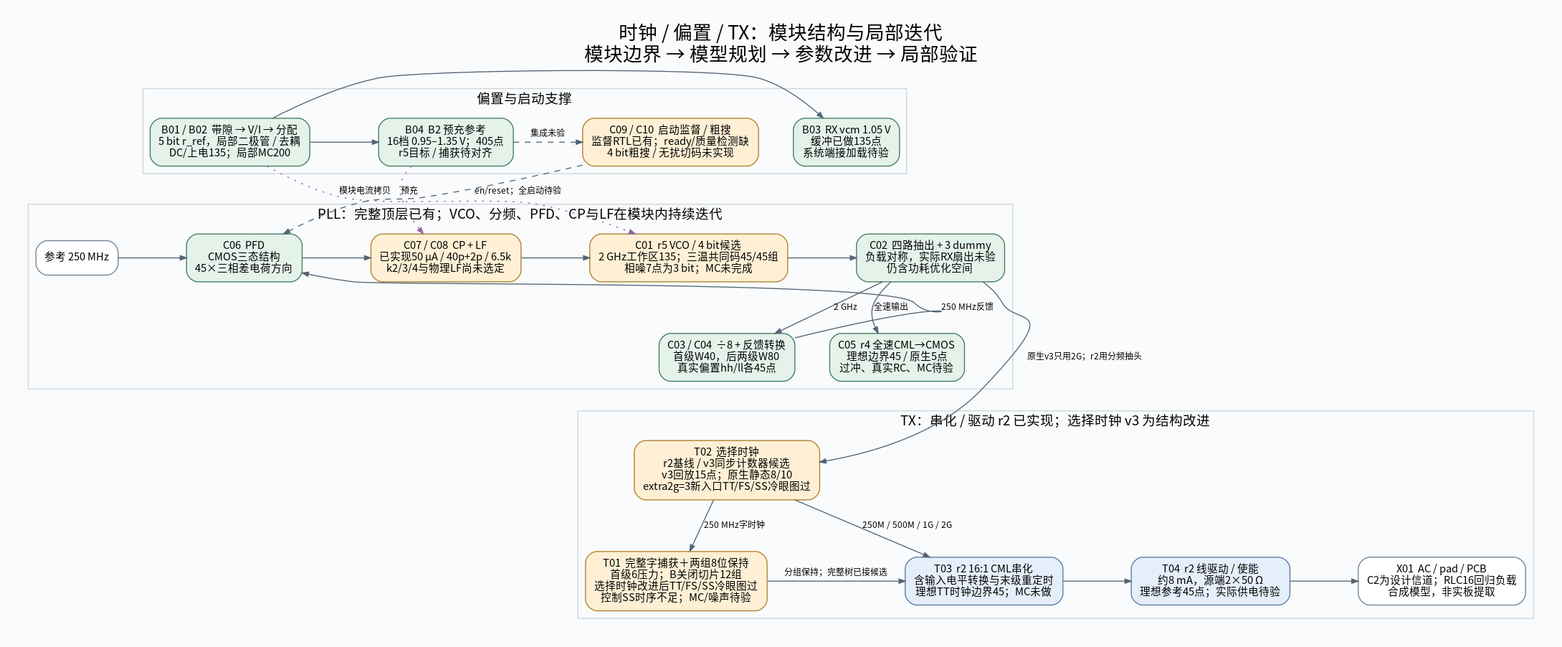
Above: docs/figures/system/clock_tx_blocks.png in whitedeerpro-arch/serdes_sky130 (Graphviz), before the change. Its source is kept beside it as docs/figures/system/clock_tx_blocks.dot. The source it was exported from:
```dot
digraph clock_tx_blocks {
  graph [rankdir=TB, bgcolor="#fafbfc", pad=0.3, nodesep=0.5, ranksep=0.6, fontname="Noto Sans CJK SC", fontsize=20,
         labelloc=t, label="时钟 / 偏置 / TX：模块结构与局部迭代\n模块边界 → 模型规划 → 参数改进 → 局部验证"];
  node [shape=box, style="rounded,filled", fillcolor="#e4f2ea", color="#3d7960", fontname="Noto Sans CJK SC", fontsize=11, margin="0.12,0.1"];
  edge [color="#526474", arrowsize=0.65, fontname="Noto Sans CJK SC", fontsize=9];
  subgraph cluster_bias {
    label="偏置与启动支撑"; color="#cbd6de"; fontsize=14;
    B01 [label="B01 / B02  带隙 → V/I → 分配\n5 bit r_ref，局部二极管 / 去耦\nDC/上电135；局部MC200"];
    B03 [label="B03  RX vcm 1.05 V\n缓冲已做135点\n系统端接加载待验"];
    B04 [label="B04  B2 预充参考\n16档 0.95–1.35 V；405点\nr5目标 / 捕获待对齐"];
    C09 [label="C09 / C10  启动监督 / 粗搜\n监督RTL已有；ready/质量检测缺\n4 bit粗搜 / 无扰切码未实现", fillcolor="#fff0d5", color="#ae7d28"];
    {rank=same; B01; B03; B04; C09;}
    B01 -> B03; B01 -> B04; B04 -> C09 [style=dashed, label="集成未验"];
  }
  subgraph cluster_pll {
    label="PLL：完整顶层已有；VCO、分频、PFD、CP与LF在模块内持续迭代"; color="#cbd6de"; fontsize=14;
    REF [label="参考 250 MHz", fillcolor="white", color="#708090"];
    C06 [label="C06  PFD\nCMOS三态结构\n45×三相差电荷方向"];
    C07 [label="C07 / C08  CP + LF\n已实现50 µA / 40p+2p / 6.5k\nk2/3/4与物理LF尚未选定", fillcolor="#fff0d5", color="#ae7d28"];
    C01 [label="C01  r5 VCO / 4 bit候选\n2 GHz工作区135；三温共同码45/45组\n相噪7点为3 bit；MC未完成", fillcolor="#fff0d5", color="#ae7d28"];
    C02 [label="C02  四路抽出 + 3 dummy\n负载对称，实际RX扇出未验\n仍含功耗优化空间"];
    C03 [label="C03 / C04  ÷8 + 反馈转换\n首级W40，后两级W80\n真实偏置hh/ll各45点"];
    C05 [label="C05  r4 全速CML→CMOS\n理想边界45 / 原生5点\n过冲、真实RC、MC待验"];
    {rank=same; REF; C06; C07; C01; C02;}
    {rank=same; C03; C05;}
    REF -> C06 -> C07 -> C01 -> C02;
    C02 -> C03 [label="2 GHz"];
    C03 -> C06 [label="250 MHz反馈", constraint=false];
    C02 -> C05 [label="全速输出"];
  }
  subgraph cluster_tx {
    label="TX：串化 / 驱动 r2 已实现；选择时钟 v3 为结构改进"; color="#cbd6de"; fontsize=14;
    T01 [label="T01  完整字捕获＋两组8位保持\n首级6压力；B关闭切片12组\n选择时钟改进后TT/FS/SS冷眼图过\n控制SS时序不足；MC/噪声待验", fillcolor="#fff0d5", color="#ae7d28"];
    T02 [label="T02  选择时钟\nr2基线 / v3同步计数器候选\nv3回放15点；原生静态8/10\nextra2g=3新入口TT/FS/SS冷眼图过", fillcolor="#fff0d5", color="#ae7d28"];
    T03 [label="T03  r2 16:1 CML串化\n含输入电平转换与末级重定时\n理想TT时钟边界45；MC未做", fillcolor="#e5eefb", color="#527ba0"];
    T04 [label="T04  r2 线驱动 / 使能\n约8 mA，源端2×50 Ω\n理想参考45点；实际供电待验", fillcolor="#e5eefb", color="#527ba0"];
    X01 [label="X01  AC / pad / PCB\nC2为设计信道；RLC16回归负载\n合成模型，非实板提取", fillcolor="white", color="#708090"];
    {rank=same; T01; T03; T04; X01;}
    T01 -> T03 [label="分组保持；完整树已接候选"];
    T02 -> T01 [label="250 MHz字时钟"];
    T02 -> T03 [label="250M / 500M / 1G / 2G"];
    T03 -> T04 -> X01;
  }
  B01 -> C01 [color="#8f68a9", style=dotted, label="模块电流拷贝", constraint=false];
  B04 -> C07 [color="#8f68a9", style=dotted, label="预充", constraint=false];
  C09 -> C06 [style=dashed, label="en/reset；全启动待验", constraint=false];
  C02 -> T02 [label="原生v3只用2G；r2用分频抽头", constraint=false];
  B04 -> C07 [style=invis, weight=100];
  C03 -> T02 [style=invis, weight=100];
}
```
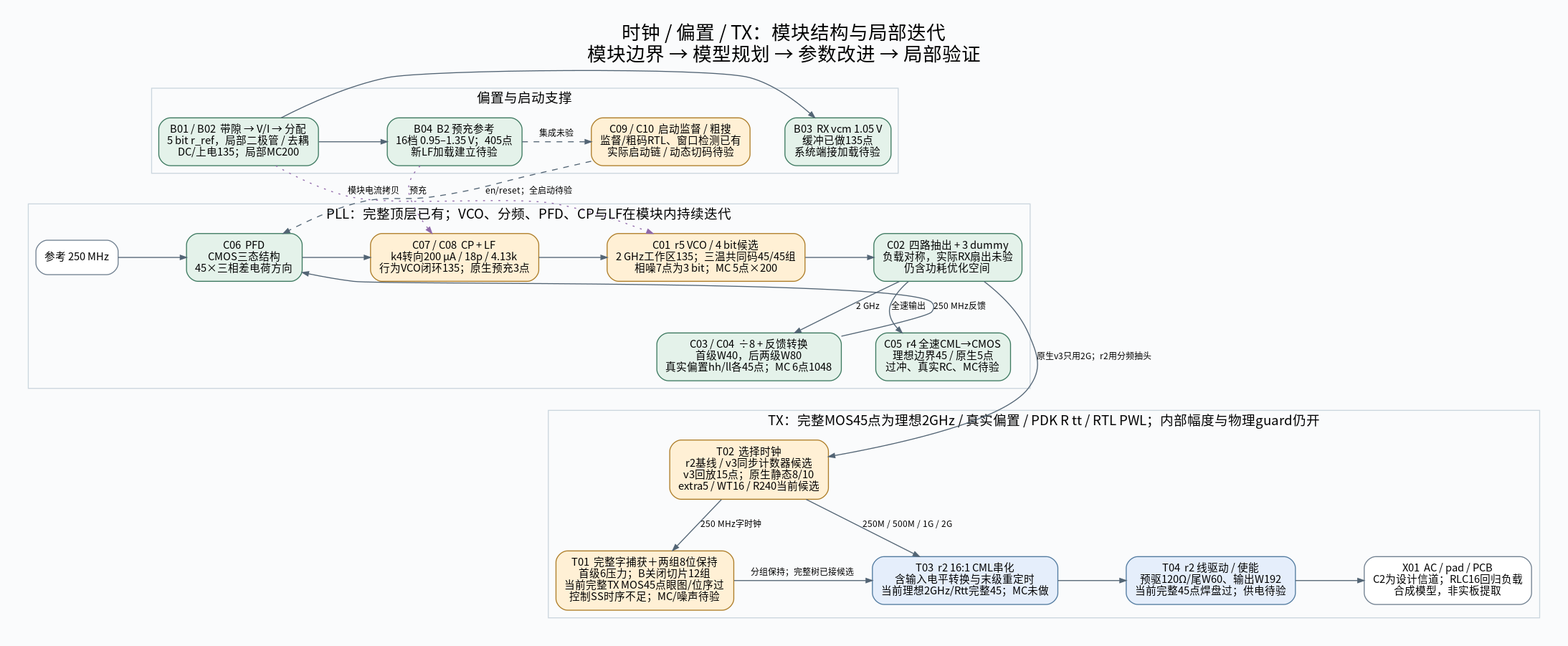
After the commit.

The edit, as a diff of the source:
```diff
@@ -7,8 +7,8 @@
     label="偏置与启动支撑"; color="#cbd6de"; fontsize=14;
     B01 [label="B01 / B02  带隙 → V/I → 分配\n5 bit r_ref，局部二极管 / 去耦\nDC/上电135；局部MC200"];
     B03 [label="B03  RX vcm 1.05 V\n缓冲已做135点\n系统端接加载待验"];
-    B04 [label="B04  B2 预充参考\n16档 0.95–1.35 V；405点\nr5目标 / 捕获待对齐"];
-    C09 [label="C09 / C10  启动监督 / 粗搜\n监督RTL已有；ready/质量检测缺\n4 bit粗搜 / 无扰切码未实现", fillcolor="#fff0d5", color="#ae7d28"];
+    B04 [label="B04  B2 预充参考\n16档 0.95–1.35 V；405点\n新LF加载建立待验"];
+    C09 [label="C09 / C10  启动监督 / 粗搜\n监督/粗码RTL、窗口检测已有\n实际启动链 / 动态切码待验", fillcolor="#fff0d5", color="#ae7d28"];
     {rank=same; B01; B03; B04; C09;}
     B01 -> B03; B01 -> B04; B04 -> C09 [style=dashed, label="集成未验"];
   }
@@ -16,10 +16,10 @@
     label="PLL：完整顶层已有；VCO、分频、PFD、CP与LF在模块内持续迭代"; color="#cbd6de"; fontsize=14;
     REF [label="参考 250 MHz", fillcolor="white", color="#708090"];
     C06 [label="C06  PFD\nCMOS三态结构\n45×三相差电荷方向"];
-    C07 [label="C07 / C08  CP + LF\n已实现50 µA / 40p+2p / 6.5k\nk2/3/4与物理LF尚未选定", fillcolor="#fff0d5", color="#ae7d28"];
-    C01 [label="C01  r5 VCO / 4 bit候选\n2 GHz工作区135；三温共同码45/45组\n相噪7点为3 bit；MC未完成", fillcolor="#fff0d5", color="#ae7d28"];
+    C07 [label="C07 / C08  CP + LF\nk4转向200 µA / 18p / 4.13k\n行为VCO闭环135；原生预充3点", fillcolor="#fff0d5", color="#ae7d28"];
+    C01 [label="C01  r5 VCO / 4 bit候选\n2 GHz工作区135；三温共同码45/45组\n相噪7点为3 bit；MC 5点×200", fillcolor="#fff0d5", color="#ae7d28"];
     C02 [label="C02  四路抽出 + 3 dummy\n负载对称，实际RX扇出未验\n仍含功耗优化空间"];
-    C03 [label="C03 / C04  ÷8 + 反馈转换\n首级W40，后两级W80\n真实偏置hh/ll各45点"];
+    C03 [label="C03 / C04  ÷8 + 反馈转换\n首级W40，后两级W80\n真实偏置hh/ll各45点；MC 6点1048"];
     C05 [label="C05  r4 全速CML→CMOS\n理想边界45 / 原生5点\n过冲、真实RC、MC待验"];
     {rank=same; REF; C06; C07; C01; C02;}
     {rank=same; C03; C05;}
@@ -29,11 +29,11 @@
     C02 -> C05 [label="全速输出"];
   }
   subgraph cluster_tx {
-    label="TX：串化 / 驱动 r2 已实现；选择时钟 v3 为结构改进"; color="#cbd6de"; fontsize=14;
-    T01 [label="T01  完整字捕获＋两组8位保持\n首级6压力；B关闭切片12组\n选择时钟改进后TT/FS/SS冷眼图过\n控制SS时序不足；MC/噪声待验", fillcolor="#fff0d5", color="#ae7d28"];
-    T02 [label="T02  选择时钟\nr2基线 / v3同步计数器候选\nv3回放15点；原生静态8/10\nextra2g=3新入口TT/FS/SS冷眼图过", fillcolor="#fff0d5", color="#ae7d28"];
-    T03 [label="T03  r2 16:1 CML串化\n含输入电平转换与末级重定时\n理想TT时钟边界45；MC未做", fillcolor="#e5eefb", color="#527ba0"];
-    T04 [label="T04  r2 线驱动 / 使能\n约8 mA，源端2×50 Ω\n理想参考45点；实际供电待验", fillcolor="#e5eefb", color="#527ba0"];
+    label="TX：完整MOS45点为理想2GHz / 真实偏置 / PDK R tt / RTL PWL；内部幅度与物理guard仍开"; color="#cbd6de"; fontsize=14;
+    T01 [label="T01  完整字捕获＋两组8位保持\n首级6压力；B关闭切片12组\n当前完整TX MOS45点眼图/位序过\n控制SS时序不足；MC/噪声待验", fillcolor="#fff0d5", color="#ae7d28"];
+    T02 [label="T02  选择时钟\nr2基线 / v3同步计数器候选\nv3回放15点；原生静态8/10\nextra5 / WT16 / R240当前候选", fillcolor="#fff0d5", color="#ae7d28"];
+    T03 [label="T03  r2 16:1 CML串化\n含输入电平转换与末级重定时\n当前理想2GHz/Rtt完整45；MC未做", fillcolor="#e5eefb", color="#527ba0"];
+    T04 [label="T04  r2 线驱动 / 使能\n预驱120Ω/尾W60、输出W192\n当前完整45点焊盘过；供电待验", fillcolor="#e5eefb", color="#527ba0"];
     X01 [label="X01  AC / pad / PCB\nC2为设计信道；RLC16回归负载\n合成模型，非实板提取", fillcolor="white", color="#708090"];
     {rank=same; T01; T03; T04; X01;}
     T01 -> T03 [label="分组保持；完整树已接候选"];
```
